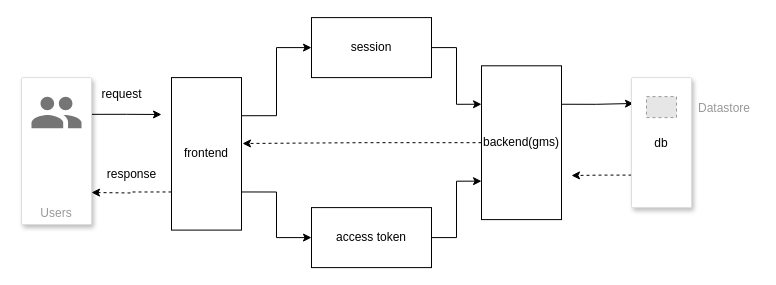
Before: permission management.drawio in zsdyx/architecture-diagram, a draw.io diagram. Source tidied: cells renumbered, new cells numbered last; positions are measured from the earlier drawing's top-left corner, leaving out a move shared by most shapes. Both pictures are drawn from the tidied source at 100%, with x=0, y=0 at pixel (21, 17). Pictures stored in the file or linked from it are replaced by grey dashed boxes.
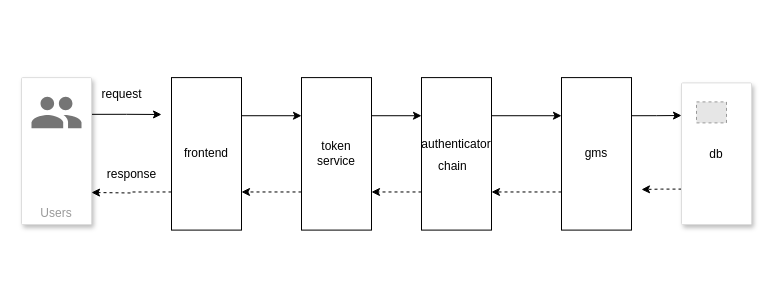
The same page after the edit.

Unchanged cells that the change refers to:
```xml
<mxCell id="8" value="frontend" style="rounded=0;whiteSpace=wrap;html=1;direction=south;" parent="1" vertex="1">
  <mxGeometry x="150" y="60.1" width="70" height="152.5" as="geometry" />
</mxCell>
```

What changed in the source:
```diff
@@
-    <mxCell id="6" style="edgeStyle=orthogonalEdgeStyle;rounded=0;jettySize=auto;html=1;exitX=0.25;exitY=0;exitDx=0;exitDy=0;entryX=0;entryY=0.5;entryDx=0;entryDy=0;" parent="1" edge="1" source="8" target="16">
-      <mxGeometry relative="1" as="geometry" />
-    </mxCell>
-    <mxCell id="7" style="edgeStyle=orthogonalEdgeStyle;rounded=0;jettySize=auto;html=1;exitX=0.75;exitY=0;exitDx=0;exitDy=0;entryX=0;entryY=0.5;entryDx=0;entryDy=0;" parent="1" edge="1" source="8" target="18">
-      <mxGeometry relative="1" as="geometry" />
-    </mxCell>
+    <mxCell id="21" style="edgeStyle=orthogonalEdgeStyle;rounded=0;jettySize=auto;html=1;exitX=0.25;exitY=0;exitDx=0;exitDy=0;entryX=0.25;entryY=1;entryDx=0;entryDy=0;" parent="1" edge="1" source="8" target="25">
+      <mxGeometry relative="1" as="geometry" />
+    </mxCell>
@@
-    <mxCell id="9" style="edgeStyle=orthogonalEdgeStyle;rounded=0;jettySize=auto;html=1;exitX=0.5;exitY=1;exitDx=0;exitDy=0;entryX=0.432;entryY=-0.014;entryDx=0;entryDy=0;entryPerimeter=0;dashed=1;" parent="1" edge="1" source="11" target="8">
-      <mxGeometry relative="1" as="geometry" />
-    </mxCell>
-    <mxCell id="10" style="edgeStyle=orthogonalEdgeStyle;rounded=0;jettySize=auto;html=1;exitX=0.25;exitY=0;exitDx=0;exitDy=0;entryX=0.199;entryY=0.967;entryDx=0;entryDy=0;entryPerimeter=0;" parent="1" edge="1" source="11" target="13">
-      <mxGeometry relative="1" as="geometry" />
-    </mxCell>
-    <mxCell id="11" value="backend(gms)" style="rounded=0;whiteSpace=wrap;html=1;direction=south;" parent="1" vertex="1">
-      <mxGeometry x="460" y="48.3" width="80" height="153.8" as="geometry" />
-    </mxCell>
-    <mxCell id="12" style="edgeStyle=orthogonalEdgeStyle;rounded=0;jettySize=auto;html=1;exitX=0.75;exitY=1;exitDx=0;exitDy=0;dashed=1;" parent="1" edge="1" source="13">
-      <mxGeometry relative="1" as="geometry">
-        <mxPoint x="550" y="158" as="targetPoint" />
-      </mxGeometry>
-    </mxCell>
+    <mxCell id="22" style="edgeStyle=orthogonalEdgeStyle;rounded=0;jettySize=auto;html=1;exitX=0.75;exitY=1;exitDx=0;exitDy=0;dashed=1;" parent="1" edge="1" source="13">
+      <mxGeometry relative="1" as="geometry">
+        <mxPoint x="620" y="172" as="targetPoint" />
+      </mxGeometry>
+    </mxCell>
     <mxCell id="13" value="db" style="strokeColor=#dddddd;shadow=1;strokeWidth=1;rounded=1;absoluteArcSize=1;arcSize=2;direction=south;" parent="1" vertex="1">
-      <mxGeometry x="610" y="60.1" width="60" height="130" as="geometry" />
+      <mxGeometry x="660" y="65.4" width="70" height="141.6" as="geometry" />
     </mxCell>
-    <mxCell id="14" value="Datastore" style="fillColor=#E6E6E6;strokeColor=#999999;dashed=1;fontColor=#999999;verticalLabelPosition=middle;labelBackgroundColor=#ffffff;verticalAlign=middle;labelPosition=right;align=left;spacingLeft=20;" parent="13" vertex="1">
+    <mxCell id="14" style="fillColor=#E6E6E6;strokeColor=#999999;dashed=1;fontColor=#999999;verticalLabelPosition=middle;labelBackgroundColor=#ffffff;verticalAlign=middle;labelPosition=right;align=left;spacingLeft=20;" parent="13" vertex="1">
       <mxGeometry width="30" height="21" relative="1" as="geometry">
         <mxPoint x="15" y="19" as="offset" />
       </mxGeometry>
     </mxCell>
-    <mxCell id="15" style="edgeStyle=orthogonalEdgeStyle;rounded=0;jettySize=auto;html=1;exitX=1;exitY=0.5;exitDx=0;exitDy=0;entryX=0.25;entryY=1;entryDx=0;entryDy=0;" parent="1" edge="1" source="16" target="11">
-      <mxGeometry relative="1" as="geometry" />
-    </mxCell>
-    <mxCell id="16" value="session" style="rounded=0;whiteSpace=wrap;html=1;" parent="1" vertex="1">
-      <mxGeometry x="290" y="0.1" width="120" height="60" as="geometry" />
-    </mxCell>
-    <mxCell id="17" style="edgeStyle=orthogonalEdgeStyle;rounded=0;jettySize=auto;html=1;exitX=1;exitY=0.5;exitDx=0;exitDy=0;entryX=0.75;entryY=1;entryDx=0;entryDy=0;" parent="1" edge="1" source="18" target="11">
-      <mxGeometry relative="1" as="geometry" />
-    </mxCell>
-    <mxCell id="18" value="access token" style="rounded=0;whiteSpace=wrap;html=1;" parent="1" vertex="1">
-      <mxGeometry x="290" y="190.1" width="120" height="60" as="geometry" />
-    </mxCell>
@@
+    <mxCell id="23" style="edgeStyle=orthogonalEdgeStyle;rounded=0;jettySize=auto;html=1;exitX=0.75;exitY=1;exitDx=0;exitDy=0;entryX=0.75;entryY=0;entryDx=0;entryDy=0;dashed=1;" parent="1" edge="1" source="25" target="8">
+      <mxGeometry relative="1" as="geometry" />
+    </mxCell>
+    <mxCell id="24" style="edgeStyle=orthogonalEdgeStyle;rounded=0;jettySize=auto;html=1;exitX=0.25;exitY=0;exitDx=0;exitDy=0;entryX=0.25;entryY=1;entryDx=0;entryDy=0;" parent="1" edge="1" source="25" target="28">
+      <mxGeometry relative="1" as="geometry" />
+    </mxCell>
+    <mxCell id="25" value="token service" style="rounded=0;whiteSpace=wrap;html=1;direction=south;" parent="1" vertex="1">
+      <mxGeometry x="280" y="60.1" width="70" height="152.5" as="geometry" />
+    </mxCell>
+    <mxCell id="26" style="edgeStyle=orthogonalEdgeStyle;rounded=0;jettySize=auto;html=1;exitX=0.75;exitY=1;exitDx=0;exitDy=0;entryX=0.75;entryY=0;entryDx=0;entryDy=0;dashed=1;" parent="1" edge="1" source="28" target="25">
+      <mxGeometry relative="1" as="geometry" />
+    </mxCell>
+    <mxCell id="27" style="edgeStyle=orthogonalEdgeStyle;rounded=0;jettySize=auto;html=1;exitX=0.25;exitY=0;exitDx=0;exitDy=0;entryX=0.25;entryY=1;entryDx=0;entryDy=0;" parent="1" edge="1" source="28" target="31">
+      <mxGeometry relative="1" as="geometry" />
+    </mxCell>
+    <mxCell id="28" value="&lt;h2 style=&quot;color: var(--ifm-heading-color); font-family: var(--ifm-heading-font-family); text-align: start; box-sizing: border-box; font-weight: var(--ifm-heading-font-weight); line-height: var(--ifm-heading-line-height); margin: calc(var(--ifm-h2-vertical-rhythm-top)*var(--ifm-leading)) calc(var(--ifm-heading-vertical-rhythm-bottom)*var(--ifm-leading)); scroll-margin-top: calc(var(--ifm-navbar-height) + 0.5rem); --ifm-h2-font-size: 2rem;&quot; id=&quot;what-is-an-authenticatorchain&quot; class=&quot;anchor anchorWithStickyNavbar_31ik&quot;&gt;&lt;font style=&quot;font-size: 12px;&quot;&gt;authenticator&lt;/font&gt;&lt;/h2&gt;&lt;h2 style=&quot;color: var(--ifm-heading-color); font-family: var(--ifm-heading-font-family); text-align: start; box-sizing: border-box; font-weight: var(--ifm-heading-font-weight); line-height: var(--ifm-heading-line-height); margin: calc(var(--ifm-h2-vertical-rhythm-top)*var(--ifm-leading)) calc(var(--ifm-heading-vertical-rhythm-bottom)*var(--ifm-leading)); scroll-margin-top: calc(var(--ifm-navbar-height) + 0.5rem); --ifm-h2-font-size: 2rem;&quot; id=&quot;what-is-an-authenticatorchain&quot; class=&quot;anchor anchorWithStickyNavbar_31ik&quot;&gt;&lt;font style=&quot;font-size: 12px;&quot;&gt;&amp;nbsp; &amp;nbsp; &amp;nbsp;chain&lt;/font&gt;&lt;/h2&gt;" style="rounded=0;whiteSpace=wrap;html=1;direction=south;" parent="1" vertex="1">
+      <mxGeometry x="400" y="60.1" width="70" height="152.5" as="geometry" />
+    </mxCell>
+    <mxCell id="29" style="edgeStyle=orthogonalEdgeStyle;rounded=0;jettySize=auto;html=1;exitX=0.75;exitY=1;exitDx=0;exitDy=0;entryX=0.75;entryY=0;entryDx=0;entryDy=0;dashed=1;" parent="1" edge="1" source="31" target="28">
+      <mxGeometry relative="1" as="geometry" />
+    </mxCell>
+    <mxCell id="30" style="edgeStyle=orthogonalEdgeStyle;rounded=0;jettySize=auto;html=1;exitX=0.25;exitY=0;exitDx=0;exitDy=0;" parent="1" edge="1" source="31">
+      <mxGeometry relative="1" as="geometry">
+        <mxPoint x="660" y="98" as="targetPoint" />
+      </mxGeometry>
+    </mxCell>
+    <mxCell id="31" value="gms" style="rounded=0;whiteSpace=wrap;html=1;direction=south;" parent="1" vertex="1">
+      <mxGeometry x="540" y="60.1" width="70" height="152.5" as="geometry" />
+    </mxCell>
```
